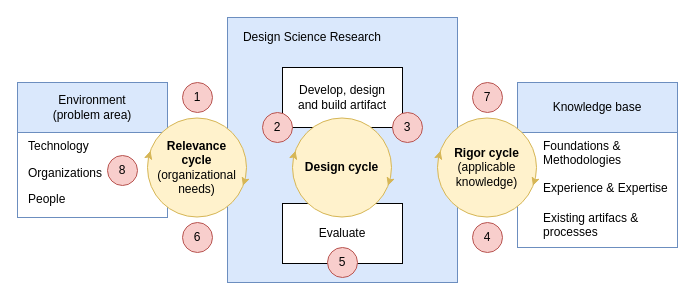
Above: page "DSR Cycles" (15 of 16) of Masterarbeit.drawio in philman1/masterarbeit_philipp_roiner (draw.io), before the change. Source tidied: cells renumbered, new cells numbered last; positions are measured from the earlier drawing's top-left corner, leaving out a move shared by most shapes. Both pictures are drawn from the tidied source at 100%, with x=0, y=0 at pixel (17, 17).
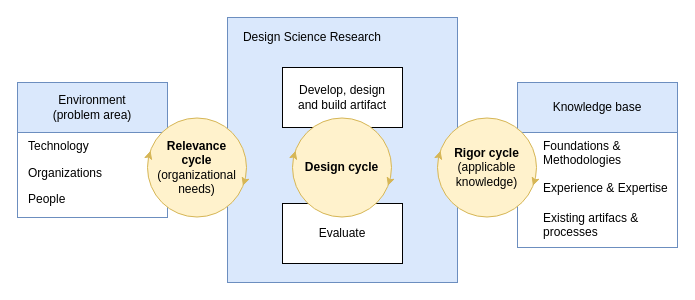
Above is the later version.

What changed in the source:
```diff
@@
-    <mxCell id="28" value="1" style="ellipse;whiteSpace=wrap;html=1;shadow=0;glass=0;comic=0;strokeColor=#b85450;startSize=38;fillColor=#f8cecc;" parent="1" vertex="1">
-      <mxGeometry x="165" y="65" width="30" height="30" as="geometry" />
-    </mxCell>
-    <mxCell id="29" value="2" style="ellipse;whiteSpace=wrap;html=1;shadow=0;glass=0;comic=0;strokeColor=#b85450;startSize=38;fillColor=#f8cecc;" parent="1" vertex="1">
-      <mxGeometry x="245" y="95" width="30" height="30" as="geometry" />
-    </mxCell>
-    <mxCell id="30" value="3" style="ellipse;whiteSpace=wrap;html=1;shadow=0;glass=0;comic=0;strokeColor=#b85450;startSize=38;fillColor=#f8cecc;" parent="1" vertex="1">
-      <mxGeometry x="375" y="95" width="30" height="30" as="geometry" />
-    </mxCell>
-    <mxCell id="31" value="4" style="ellipse;whiteSpace=wrap;html=1;shadow=0;glass=0;comic=0;strokeColor=#b85450;startSize=38;fillColor=#f8cecc;" parent="1" vertex="1">
-      <mxGeometry x="455" y="205" width="30" height="30" as="geometry" />
-    </mxCell>
-    <mxCell id="32" value="5" style="ellipse;whiteSpace=wrap;html=1;shadow=0;glass=0;comic=0;strokeColor=#b85450;startSize=38;fillColor=#f8cecc;" parent="1" vertex="1">
-      <mxGeometry x="310" y="230" width="30" height="30" as="geometry" />
-    </mxCell>
-    <mxCell id="33" value="6" style="ellipse;whiteSpace=wrap;html=1;shadow=0;glass=0;comic=0;strokeColor=#b85450;startSize=38;fillColor=#f8cecc;" parent="1" vertex="1">
-      <mxGeometry x="165" y="205" width="30" height="30" as="geometry" />
-    </mxCell>
-    <mxCell id="34" value="7" style="ellipse;whiteSpace=wrap;html=1;shadow=0;glass=0;comic=0;strokeColor=#b85450;startSize=38;fillColor=#f8cecc;" parent="1" vertex="1">
-      <mxGeometry x="455" y="65" width="30" height="30" as="geometry" />
-    </mxCell>
-    <mxCell id="35" value="8" style="ellipse;whiteSpace=wrap;html=1;shadow=0;glass=0;comic=0;strokeColor=#b85450;startSize=38;fillColor=#f8cecc;" parent="1" vertex="1">
-      <mxGeometry x="90" y="138" width="30" height="30" as="geometry" />
-    </mxCell>
```
